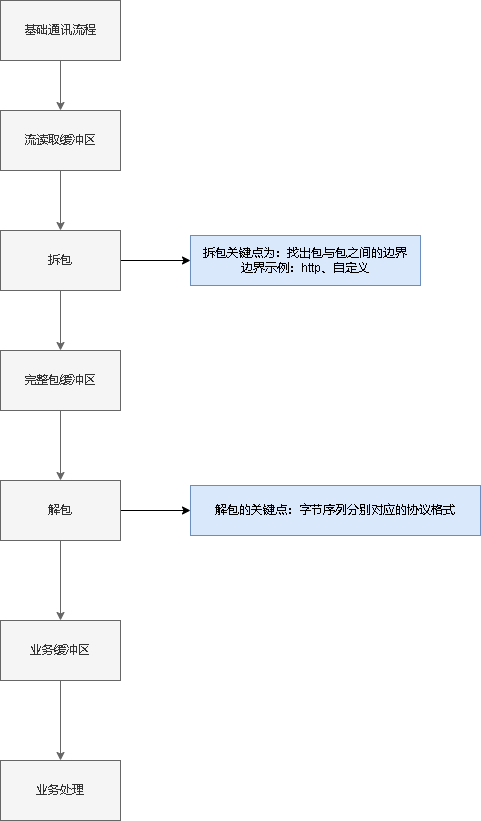
Above: cgo8_通讯设计.drawio.png in xktder/draw (draw.io), before the change. Source tidied: cells renumbered, new cells last; positions are measured from the earlier drawing's top-left corner, leaving out a move shared by most shapes.
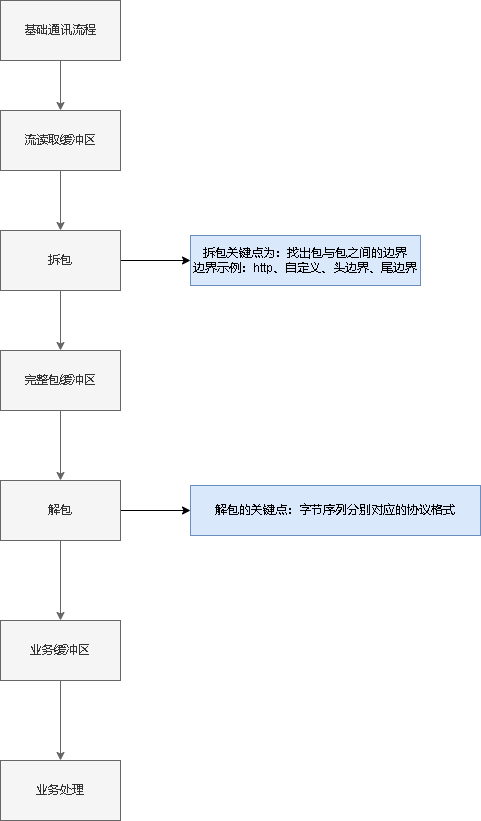
After the commit.

Commit message:
更新cgo8_通讯设计.drawio.png

What changed in the source:
```diff
@@ -38,7 +38,7 @@
     <mxCell id="13" value="解包" style="whiteSpace=wrap;html=1;rounded=0;fillColor=#f5f5f5;fontColor=#333333;strokeColor=#666666;" parent="1" vertex="1">
       <mxGeometry y="480" width="120" height="60" as="geometry" />
     </mxCell>
-    <mxCell id="14" value="拆包关键点为：找出包与包之间的边界&lt;br&gt;边界示例：http、自定义" style="whiteSpace=wrap;html=1;rounded=0;fillColor=#dae8fc;strokeColor=#6c8ebf;" parent="1" vertex="1">
+    <mxCell id="14" value="拆包关键点为：找出包与包之间的边界&lt;br&gt;边界示例：http、自定义、头边界、尾边界" style="whiteSpace=wrap;html=1;rounded=0;fillColor=#dae8fc;strokeColor=#6c8ebf;" parent="1" vertex="1">
       <mxGeometry x="190" y="235" width="230" height="50" as="geometry" />
     </mxCell>
     <mxCell id="15" style="edgeStyle=orthogonalEdgeStyle;rounded=0;jettySize=auto;html=1;fillColor=#f5f5f5;strokeColor=#666666;" parent="1" edge="1" source="16" target="17">
```
